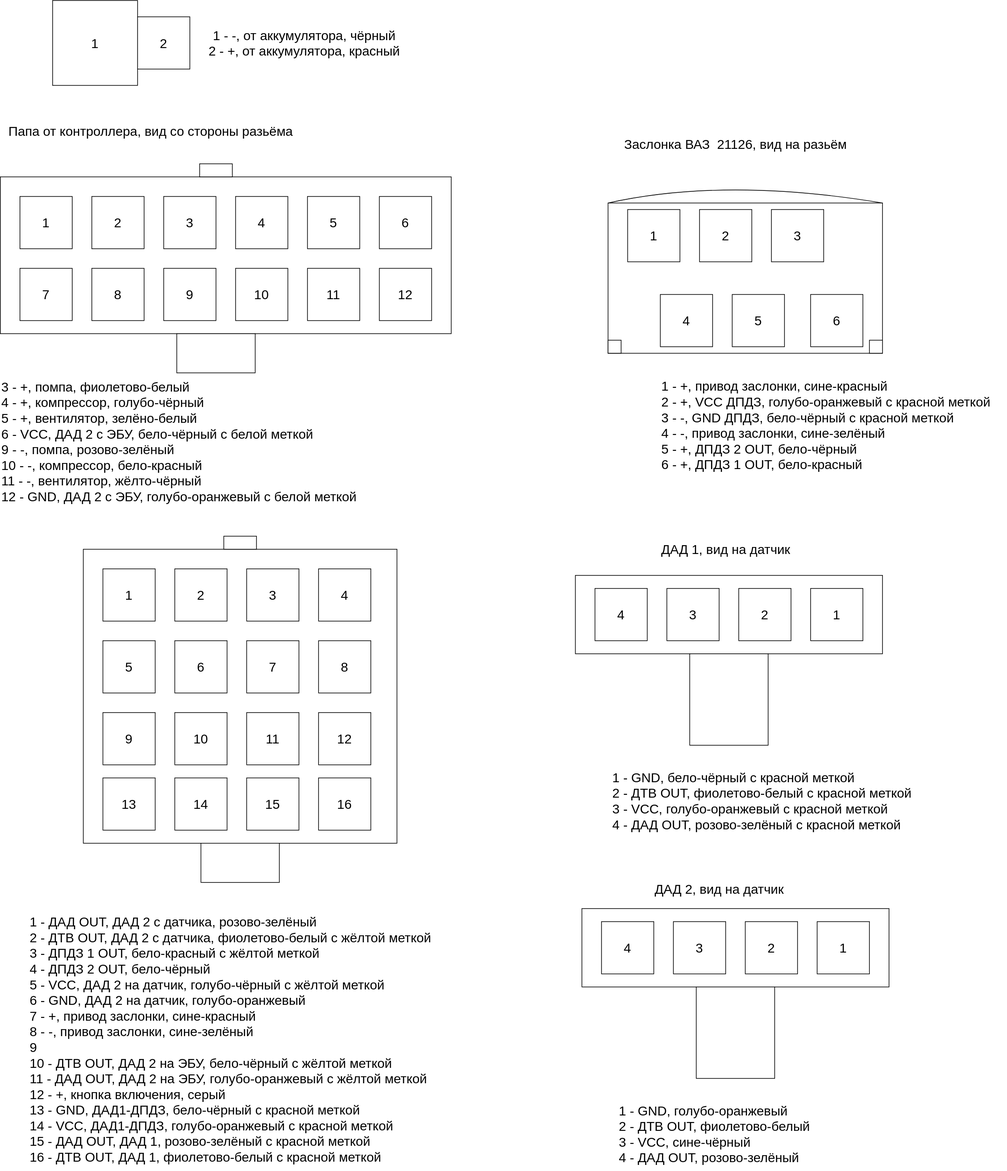
kak-tus/compressor keeps this draw.io diagram as connector_scheme.drawio.svg. Above is the earlier version. Source tidied: cells renumbered, new cells last; positions are measured from the earlier drawing's top-left corner, leaving out a move shared by most shapes.
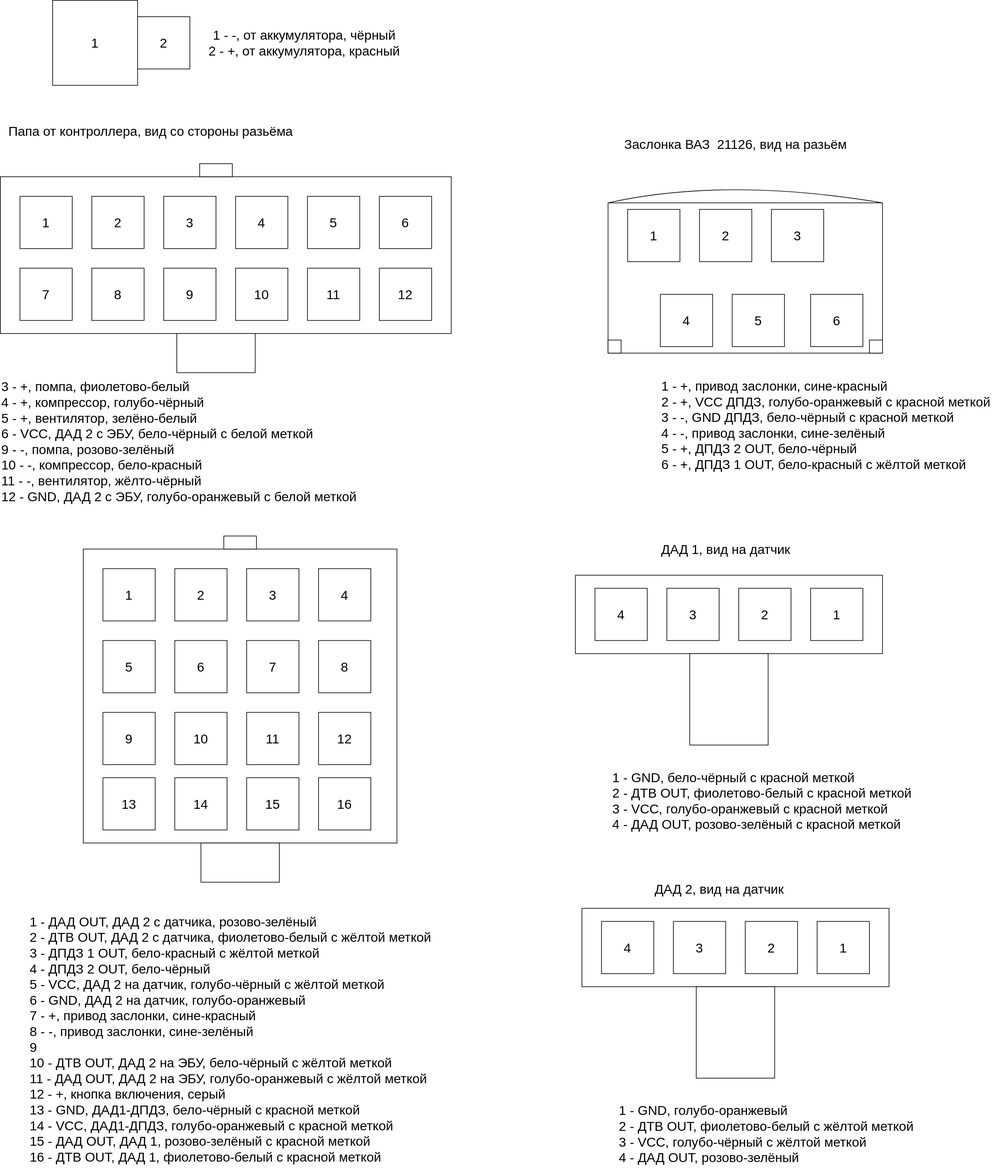
The same diagram one commit later.

What changed in the source:
```diff
@@ -147,7 +147,7 @@
     <mxCell id="48" value="6" style="whiteSpace=wrap;html=1;fontSize=20;" parent="1" vertex="1">
       <mxGeometry x="1240" y="450" width="80" height="80" as="geometry" />
     </mxCell>
-    <mxCell id="49" value="1 - +, привод заслонки, сине-красный&lt;br&gt;2 - +, VCC ДПДЗ, голубо-оранжевый с красной меткой&lt;br&gt;3 - -, GND ДПДЗ, бело-чёрный с красной меткой&lt;br&gt;4 - -, привод заслонки, сине-зелёный&lt;br&gt;5 - +, ДПДЗ 2 OUT, бело-чёрный&lt;br&gt;6 - +, ДПДЗ 1 OUT, бело-красный" style="text;html=1;align=left;verticalAlign=middle;strokeColor=none;fillColor=none;fontSize=20;" parent="1" vertex="1">
+    <mxCell id="49" value="1 - +, привод заслонки, сине-красный&lt;br&gt;2 - +, VCC ДПДЗ, голубо-оранжевый с красной меткой&lt;br&gt;3 - -, GND ДПДЗ, бело-чёрный с красной меткой&lt;br&gt;4 - -, привод заслонки, сине-зелёный&lt;br&gt;5 - +, ДПДЗ 2 OUT, бело-чёрный&lt;br&gt;6 - +, ДПДЗ 1 OUT, бело-красный с жёлтой меткой" style="text;html=1;align=left;verticalAlign=middle;strokeColor=none;fillColor=none;fontSize=20;" parent="1" vertex="1">
       <mxGeometry x="1010" y="570" width="530" height="160" as="geometry" />
     </mxCell>
     <mxCell id="50" value="&lt;font style=&quot;font-size: 20px;&quot;&gt;Заслонка&amp;nbsp;ВАЗ&amp;nbsp;&amp;nbsp;21126, вид на разьём&lt;/font&gt;" style="text;html=1;align=center;verticalAlign=middle;strokeColor=none;fillColor=none;" parent="1" vertex="1">
@@ -198,8 +198,8 @@
     <mxCell id="65" value="2" style="whiteSpace=wrap;html=1;fontSize=20;" parent="1" vertex="1">
       <mxGeometry x="1140" y="1410" width="80" height="80" as="geometry" />
     </mxCell>
-    <mxCell id="66" value="1 - GND, голубо-оранжевый&lt;br&gt;2 - ДТВ OUT, фиолетово-белый&lt;br&gt;3 - VCC, сине-чёрный&lt;br&gt;4 - ДАД OUT, розово-зелёный" style="text;html=1;align=left;verticalAlign=middle;strokeColor=none;fillColor=none;fontSize=20;" parent="1" vertex="1">
-      <mxGeometry x="945" y="1680" width="320" height="110" as="geometry" />
+    <mxCell id="66" value="1 - GND, голубо-оранжевый&lt;br&gt;2 - ДТВ OUT, фиолетово-белый с жёлтой меткой&lt;br&gt;3 - VCC, голубо-чёрный с жёлтой меткой&lt;br&gt;4 - ДАД OUT, розово-зелёный" style="text;html=1;align=left;verticalAlign=middle;strokeColor=none;fillColor=none;fontSize=20;" parent="1" vertex="1">
+      <mxGeometry x="945" y="1680" width="470" height="110" as="geometry" />
     </mxCell>
     <mxCell id="67" style="rounded=0;whiteSpace=wrap;html=1;" parent="1" vertex="1">
       <mxGeometry x="1065" y="1510" width="120" height="140" as="geometry" />
```
